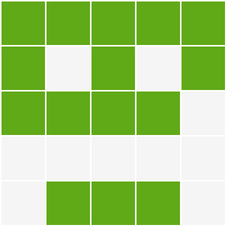
Above: img/62c303-L4-1.drawio.png in axiomofchoice-hjt/Axiomofchoice-hjt.github.io (draw.io), before the change. Source tidied: cells renumbered, new cells last; positions are measured from the earlier drawing's top-left corner, leaving out a move shared by most shapes. The source it was exported from:
```xml
<mxGraphModel background="#ffffff">
  <root>
    <mxCell id="0" />
    <mxCell id="1" parent="0" />
    <mxCell id="2" style="rounded=0;whiteSpace=wrap;html=1;fillColor=#60a917;fontColor=#ffffff;strokeColor=#FFFFFF;" parent="1" vertex="1">
      <mxGeometry width="30" height="30" as="geometry" />
    </mxCell>
    <mxCell id="3" style="rounded=0;whiteSpace=wrap;html=1;fillColor=#60a917;fontColor=#ffffff;strokeColor=#FFFFFF;" parent="1" vertex="1">
      <mxGeometry x="30" width="30" height="30" as="geometry" />
    </mxCell>
    <mxCell id="4" style="rounded=0;whiteSpace=wrap;html=1;fillColor=#60a917;fontColor=#ffffff;strokeColor=#FFFFFF;" parent="1" vertex="1">
      <mxGeometry x="60" width="30" height="30" as="geometry" />
    </mxCell>
    <mxCell id="5" style="rounded=0;whiteSpace=wrap;html=1;fillColor=#60a917;fontColor=#ffffff;strokeColor=#FFFFFF;" parent="1" vertex="1">
      <mxGeometry x="90" width="30" height="30" as="geometry" />
    </mxCell>
    <mxCell id="6" style="rounded=0;whiteSpace=wrap;html=1;fillColor=#60a917;fontColor=#ffffff;strokeColor=#ffffff;" parent="1" vertex="1">
      <mxGeometry x="120" width="30" height="30" as="geometry" />
    </mxCell>
    <mxCell id="7" style="rounded=0;whiteSpace=wrap;html=1;fillColor=#60a917;fontColor=#ffffff;strokeColor=#FFFFFF;" parent="1" vertex="1">
      <mxGeometry y="30" width="30" height="30" as="geometry" />
    </mxCell>
    <mxCell id="8" style="rounded=0;whiteSpace=wrap;html=1;fillColor=#f5f5f5;fontColor=#333333;strokeColor=#FFFFFF;" parent="1" vertex="1">
      <mxGeometry x="30" y="30" width="30" height="30" as="geometry" />
    </mxCell>
    <mxCell id="9" style="rounded=0;whiteSpace=wrap;html=1;fillColor=#60a917;fontColor=#ffffff;strokeColor=#FFFFFF;" parent="1" vertex="1">
      <mxGeometry x="60" y="30" width="30" height="30" as="geometry" />
    </mxCell>
    <mxCell id="10" style="rounded=0;whiteSpace=wrap;html=1;fillColor=#f5f5f5;fontColor=#333333;strokeColor=#FFFFFF;" parent="1" vertex="1">
      <mxGeometry x="90" y="30" width="30" height="30" as="geometry" />
    </mxCell>
    <mxCell id="11" style="rounded=0;whiteSpace=wrap;html=1;fillColor=#60a917;fontColor=#ffffff;strokeColor=#FFFFFF;" parent="1" vertex="1">
      <mxGeometry x="120" y="30" width="30" height="30" as="geometry" />
    </mxCell>
    <mxCell id="12" style="rounded=0;whiteSpace=wrap;html=1;fillColor=#60a917;fontColor=#ffffff;strokeColor=#FFFFFF;" parent="1" vertex="1">
      <mxGeometry y="60" width="30" height="30" as="geometry" />
    </mxCell>
    <mxCell id="13" style="rounded=0;whiteSpace=wrap;html=1;fillColor=#60a917;fontColor=#ffffff;strokeColor=#FFFFFF;" parent="1" vertex="1">
      <mxGeometry x="30" y="60" width="30" height="30" as="geometry" />
    </mxCell>
    <mxCell id="14" style="rounded=0;whiteSpace=wrap;html=1;fillColor=#60a917;fontColor=#ffffff;strokeColor=#FFFFFF;" parent="1" vertex="1">
      <mxGeometry x="60" y="60" width="30" height="30" as="geometry" />
    </mxCell>
    <mxCell id="15" style="rounded=0;whiteSpace=wrap;html=1;fillColor=#f5f5f5;fontColor=#333333;strokeColor=#FFFFFF;" parent="1" vertex="1">
      <mxGeometry x="120" y="60" width="30" height="30" as="geometry" />
    </mxCell>
    <mxCell id="16" style="rounded=0;whiteSpace=wrap;html=1;fillColor=#60a917;fontColor=#ffffff;strokeColor=#FFFFFF;" parent="1" vertex="1">
      <mxGeometry x="90" y="60" width="30" height="30" as="geometry" />
    </mxCell>
    <mxCell id="17" style="rounded=0;whiteSpace=wrap;html=1;fillColor=#f5f5f5;fontColor=#333333;strokeColor=#FFFFFF;" parent="1" vertex="1">
      <mxGeometry y="90" width="30" height="30" as="geometry" />
    </mxCell>
    <mxCell id="18" style="rounded=0;whiteSpace=wrap;html=1;fillColor=#f5f5f5;fontColor=#333333;strokeColor=#FFFFFF;" parent="1" vertex="1">
      <mxGeometry x="30" y="90" width="30" height="30" as="geometry" />
    </mxCell>
    <mxCell id="19" style="rounded=0;whiteSpace=wrap;html=1;fillColor=#60a917;fontColor=#ffffff;strokeColor=#FFFFFF;" parent="1" vertex="1">
      <mxGeometry x="90" y="120" width="30" height="30" as="geometry" />
    </mxCell>
    <mxCell id="20" style="rounded=0;whiteSpace=wrap;html=1;fillColor=#f5f5f5;fontColor=#333333;strokeColor=#FFFFFF;" parent="1" vertex="1">
      <mxGeometry x="90" y="90" width="30" height="30" as="geometry" />
    </mxCell>
    <mxCell id="21" style="rounded=0;whiteSpace=wrap;html=1;fillColor=#f5f5f5;fontColor=#333333;strokeColor=#FFFFFF;" parent="1" vertex="1">
      <mxGeometry x="120" y="90" width="30" height="30" as="geometry" />
    </mxCell>
    <mxCell id="22" style="rounded=0;whiteSpace=wrap;html=1;fillColor=#f5f5f5;fontColor=#333333;strokeColor=#FFFFFF;" parent="1" vertex="1">
      <mxGeometry y="120" width="30" height="30" as="geometry" />
    </mxCell>
    <mxCell id="23" style="rounded=0;whiteSpace=wrap;html=1;fillColor=#60a917;fontColor=#ffffff;strokeColor=#FFFFFF;" parent="1" vertex="1">
      <mxGeometry x="30" y="120" width="30" height="30" as="geometry" />
    </mxCell>
    <mxCell id="24" style="rounded=0;whiteSpace=wrap;html=1;fillColor=#60a917;fontColor=#ffffff;strokeColor=#FFFFFF;" parent="1" vertex="1">
      <mxGeometry x="60" y="120" width="30" height="30" as="geometry" />
    </mxCell>
    <mxCell id="25" style="rounded=0;whiteSpace=wrap;html=1;fillColor=#f5f5f5;fontColor=#333333;strokeColor=#FFFFFF;" parent="1" vertex="1">
      <mxGeometry x="60" y="90" width="30" height="30" as="geometry" />
    </mxCell>
    <mxCell id="26" style="rounded=0;whiteSpace=wrap;html=1;fillColor=#f5f5f5;fontColor=#333333;strokeColor=#FFFFFF;" parent="1" vertex="1">
      <mxGeometry x="120" y="120" width="30" height="30" as="geometry" />
    </mxCell>
  </root>
</mxGraphModel>
```
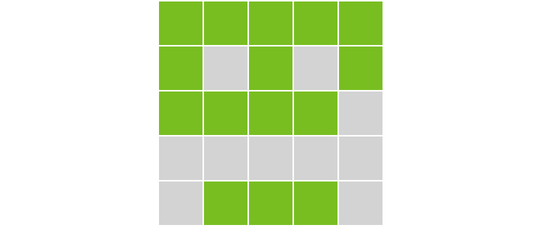
Later version of the same file.

The edit, as a diff of the source:
```diff
@@ -2,80 +2,86 @@
   <root>
     <mxCell id="0" />
     <mxCell id="1" parent="0" />
-    <mxCell id="2" style="rounded=0;whiteSpace=wrap;html=1;fillColor=#60a917;fontColor=#ffffff;strokeColor=#FFFFFF;" parent="1" vertex="1">
+    <mxCell id="2" style="rounded=0;whiteSpace=wrap;html=1;fillColor=#78be21;fontColor=#ffffff;strokeColor=#FFFFFF;" parent="1" vertex="1">
       <mxGeometry width="30" height="30" as="geometry" />
     </mxCell>
-    <mxCell id="3" style="rounded=0;whiteSpace=wrap;html=1;fillColor=#60a917;fontColor=#ffffff;strokeColor=#FFFFFF;" parent="1" vertex="1">
+    <mxCell id="3" style="rounded=0;whiteSpace=wrap;html=1;fillColor=#78be21;fontColor=#ffffff;strokeColor=#FFFFFF;" parent="1" vertex="1">
       <mxGeometry x="30" width="30" height="30" as="geometry" />
     </mxCell>
-    <mxCell id="4" style="rounded=0;whiteSpace=wrap;html=1;fillColor=#60a917;fontColor=#ffffff;strokeColor=#FFFFFF;" parent="1" vertex="1">
+    <mxCell id="4" style="rounded=0;whiteSpace=wrap;html=1;fillColor=#78be21;fontColor=#ffffff;strokeColor=#FFFFFF;" parent="1" vertex="1">
       <mxGeometry x="60" width="30" height="30" as="geometry" />
     </mxCell>
-    <mxCell id="5" style="rounded=0;whiteSpace=wrap;html=1;fillColor=#60a917;fontColor=#ffffff;strokeColor=#FFFFFF;" parent="1" vertex="1">
+    <mxCell id="5" style="rounded=0;whiteSpace=wrap;html=1;fillColor=#78be21;fontColor=#ffffff;strokeColor=#FFFFFF;" parent="1" vertex="1">
       <mxGeometry x="90" width="30" height="30" as="geometry" />
     </mxCell>
-    <mxCell id="6" style="rounded=0;whiteSpace=wrap;html=1;fillColor=#60a917;fontColor=#ffffff;strokeColor=#ffffff;" parent="1" vertex="1">
+    <mxCell id="6" style="rounded=0;whiteSpace=wrap;html=1;fillColor=#78be21;fontColor=#ffffff;strokeColor=#ffffff;" parent="1" vertex="1">
       <mxGeometry x="120" width="30" height="30" as="geometry" />
     </mxCell>
-    <mxCell id="7" style="rounded=0;whiteSpace=wrap;html=1;fillColor=#60a917;fontColor=#ffffff;strokeColor=#FFFFFF;" parent="1" vertex="1">
+    <mxCell id="7" style="rounded=0;whiteSpace=wrap;html=1;fillColor=#78be21;fontColor=#ffffff;strokeColor=#FFFFFF;" parent="1" vertex="1">
       <mxGeometry y="30" width="30" height="30" as="geometry" />
     </mxCell>
-    <mxCell id="8" style="rounded=0;whiteSpace=wrap;html=1;fillColor=#f5f5f5;fontColor=#333333;strokeColor=#FFFFFF;" parent="1" vertex="1">
+    <mxCell id="8" style="rounded=0;whiteSpace=wrap;html=1;fillColor=#d3d3d3;fontColor=#333333;strokeColor=#FFFFFF;" parent="1" vertex="1">
       <mxGeometry x="30" y="30" width="30" height="30" as="geometry" />
     </mxCell>
-    <mxCell id="9" style="rounded=0;whiteSpace=wrap;html=1;fillColor=#60a917;fontColor=#ffffff;strokeColor=#FFFFFF;" parent="1" vertex="1">
+    <mxCell id="9" style="rounded=0;whiteSpace=wrap;html=1;fillColor=#78be21;fontColor=#ffffff;strokeColor=#FFFFFF;" parent="1" vertex="1">
       <mxGeometry x="60" y="30" width="30" height="30" as="geometry" />
     </mxCell>
-    <mxCell id="10" style="rounded=0;whiteSpace=wrap;html=1;fillColor=#f5f5f5;fontColor=#333333;strokeColor=#FFFFFF;" parent="1" vertex="1">
+    <mxCell id="10" style="rounded=0;whiteSpace=wrap;html=1;fillColor=#d3d3d3;fontColor=#333333;strokeColor=#FFFFFF;" parent="1" vertex="1">
       <mxGeometry x="90" y="30" width="30" height="30" as="geometry" />
     </mxCell>
-    <mxCell id="11" style="rounded=0;whiteSpace=wrap;html=1;fillColor=#60a917;fontColor=#ffffff;strokeColor=#FFFFFF;" parent="1" vertex="1">
+    <mxCell id="11" style="rounded=0;whiteSpace=wrap;html=1;fillColor=#78be21;fontColor=#ffffff;strokeColor=#FFFFFF;" parent="1" vertex="1">
       <mxGeometry x="120" y="30" width="30" height="30" as="geometry" />
     </mxCell>
-    <mxCell id="12" style="rounded=0;whiteSpace=wrap;html=1;fillColor=#60a917;fontColor=#ffffff;strokeColor=#FFFFFF;" parent="1" vertex="1">
+    <mxCell id="12" style="rounded=0;whiteSpace=wrap;html=1;fillColor=#78be21;fontColor=#ffffff;strokeColor=#FFFFFF;" parent="1" vertex="1">
       <mxGeometry y="60" width="30" height="30" as="geometry" />
     </mxCell>
-    <mxCell id="13" style="rounded=0;whiteSpace=wrap;html=1;fillColor=#60a917;fontColor=#ffffff;strokeColor=#FFFFFF;" parent="1" vertex="1">
+    <mxCell id="13" style="rounded=0;whiteSpace=wrap;html=1;fillColor=#78be21;fontColor=#ffffff;strokeColor=#FFFFFF;" parent="1" vertex="1">
       <mxGeometry x="30" y="60" width="30" height="30" as="geometry" />
     </mxCell>
-    <mxCell id="14" style="rounded=0;whiteSpace=wrap;html=1;fillColor=#60a917;fontColor=#ffffff;strokeColor=#FFFFFF;" parent="1" vertex="1">
+    <mxCell id="14" style="rounded=0;whiteSpace=wrap;html=1;fillColor=#78be21;fontColor=#ffffff;strokeColor=#FFFFFF;" parent="1" vertex="1">
       <mxGeometry x="60" y="60" width="30" height="30" as="geometry" />
     </mxCell>
-    <mxCell id="15" style="rounded=0;whiteSpace=wrap;html=1;fillColor=#f5f5f5;fontColor=#333333;strokeColor=#FFFFFF;" parent="1" vertex="1">
+    <mxCell id="15" style="rounded=0;whiteSpace=wrap;html=1;fillColor=#d3d3d3;fontColor=#333333;strokeColor=#FFFFFF;" parent="1" vertex="1">
       <mxGeometry x="120" y="60" width="30" height="30" as="geometry" />
     </mxCell>
-    <mxCell id="16" style="rounded=0;whiteSpace=wrap;html=1;fillColor=#60a917;fontColor=#ffffff;strokeColor=#FFFFFF;" parent="1" vertex="1">
+    <mxCell id="16" style="rounded=0;whiteSpace=wrap;html=1;fillColor=#78be21;fontColor=#ffffff;strokeColor=#FFFFFF;" parent="1" vertex="1">
       <mxGeometry x="90" y="60" width="30" height="30" as="geometry" />
     </mxCell>
-    <mxCell id="17" style="rounded=0;whiteSpace=wrap;html=1;fillColor=#f5f5f5;fontColor=#333333;strokeColor=#FFFFFF;" parent="1" vertex="1">
+    <mxCell id="17" style="rounded=0;whiteSpace=wrap;html=1;fillColor=#d3d3d3;fontColor=#333333;strokeColor=#FFFFFF;" parent="1" vertex="1">
       <mxGeometry y="90" width="30" height="30" as="geometry" />
     </mxCell>
-    <mxCell id="18" style="rounded=0;whiteSpace=wrap;html=1;fillColor=#f5f5f5;fontColor=#333333;strokeColor=#FFFFFF;" parent="1" vertex="1">
+    <mxCell id="18" style="rounded=0;whiteSpace=wrap;html=1;fillColor=#d3d3d3;fontColor=#333333;strokeColor=#FFFFFF;" parent="1" vertex="1">
       <mxGeometry x="30" y="90" width="30" height="30" as="geometry" />
     </mxCell>
-    <mxCell id="19" style="rounded=0;whiteSpace=wrap;html=1;fillColor=#60a917;fontColor=#ffffff;strokeColor=#FFFFFF;" parent="1" vertex="1">
+    <mxCell id="19" style="rounded=0;whiteSpace=wrap;html=1;fillColor=#78be21;fontColor=#ffffff;strokeColor=#FFFFFF;" parent="1" vertex="1">
       <mxGeometry x="90" y="120" width="30" height="30" as="geometry" />
     </mxCell>
-    <mxCell id="20" style="rounded=0;whiteSpace=wrap;html=1;fillColor=#f5f5f5;fontColor=#333333;strokeColor=#FFFFFF;" parent="1" vertex="1">
+    <mxCell id="20" style="rounded=0;whiteSpace=wrap;html=1;fillColor=#d3d3d3;fontColor=#333333;strokeColor=#FFFFFF;" parent="1" vertex="1">
       <mxGeometry x="90" y="90" width="30" height="30" as="geometry" />
     </mxCell>
-    <mxCell id="21" style="rounded=0;whiteSpace=wrap;html=1;fillColor=#f5f5f5;fontColor=#333333;strokeColor=#FFFFFF;" parent="1" vertex="1">
+    <mxCell id="21" style="rounded=0;whiteSpace=wrap;html=1;fillColor=#d3d3d3;fontColor=#333333;strokeColor=#FFFFFF;" parent="1" vertex="1">
       <mxGeometry x="120" y="90" width="30" height="30" as="geometry" />
     </mxCell>
-    <mxCell id="22" style="rounded=0;whiteSpace=wrap;html=1;fillColor=#f5f5f5;fontColor=#333333;strokeColor=#FFFFFF;" parent="1" vertex="1">
+    <mxCell id="22" style="rounded=0;whiteSpace=wrap;html=1;fillColor=#d3d3d3;fontColor=#333333;strokeColor=#FFFFFF;" parent="1" vertex="1">
       <mxGeometry y="120" width="30" height="30" as="geometry" />
     </mxCell>
-    <mxCell id="23" style="rounded=0;whiteSpace=wrap;html=1;fillColor=#60a917;fontColor=#ffffff;strokeColor=#FFFFFF;" parent="1" vertex="1">
+    <mxCell id="23" style="rounded=0;whiteSpace=wrap;html=1;fillColor=#78be21;fontColor=#ffffff;strokeColor=#FFFFFF;" parent="1" vertex="1">
       <mxGeometry x="30" y="120" width="30" height="30" as="geometry" />
     </mxCell>
-    <mxCell id="24" style="rounded=0;whiteSpace=wrap;html=1;fillColor=#60a917;fontColor=#ffffff;strokeColor=#FFFFFF;" parent="1" vertex="1">
+    <mxCell id="24" style="rounded=0;whiteSpace=wrap;html=1;fillColor=#78be21;fontColor=#ffffff;strokeColor=#FFFFFF;" parent="1" vertex="1">
       <mxGeometry x="60" y="120" width="30" height="30" as="geometry" />
     </mxCell>
-    <mxCell id="25" style="rounded=0;whiteSpace=wrap;html=1;fillColor=#f5f5f5;fontColor=#333333;strokeColor=#FFFFFF;" parent="1" vertex="1">
+    <mxCell id="25" style="rounded=0;whiteSpace=wrap;html=1;fillColor=#d3d3d3;fontColor=#333333;strokeColor=#FFFFFF;" parent="1" vertex="1">
       <mxGeometry x="60" y="90" width="30" height="30" as="geometry" />
     </mxCell>
-    <mxCell id="26" style="rounded=0;whiteSpace=wrap;html=1;fillColor=#f5f5f5;fontColor=#333333;strokeColor=#FFFFFF;" parent="1" vertex="1">
+    <mxCell id="26" style="rounded=0;whiteSpace=wrap;html=1;fillColor=#d3d3d3;fontColor=#333333;strokeColor=#FFFFFF;" parent="1" vertex="1">
       <mxGeometry x="120" y="120" width="30" height="30" as="geometry" />
     </mxCell>
+    <mxCell id="27" style="endArrow=none;dashed=1;html=1;strokeColor=#FFFFFF;" parent="1" edge="1">
+      <mxGeometry relative="1" as="geometry">
+        <mxPoint x="-105" as="sourcePoint" />
+        <mxPoint x="255" as="targetPoint" />
+      </mxGeometry>
+    </mxCell>
   </root>
 </mxGraphModel>
```
